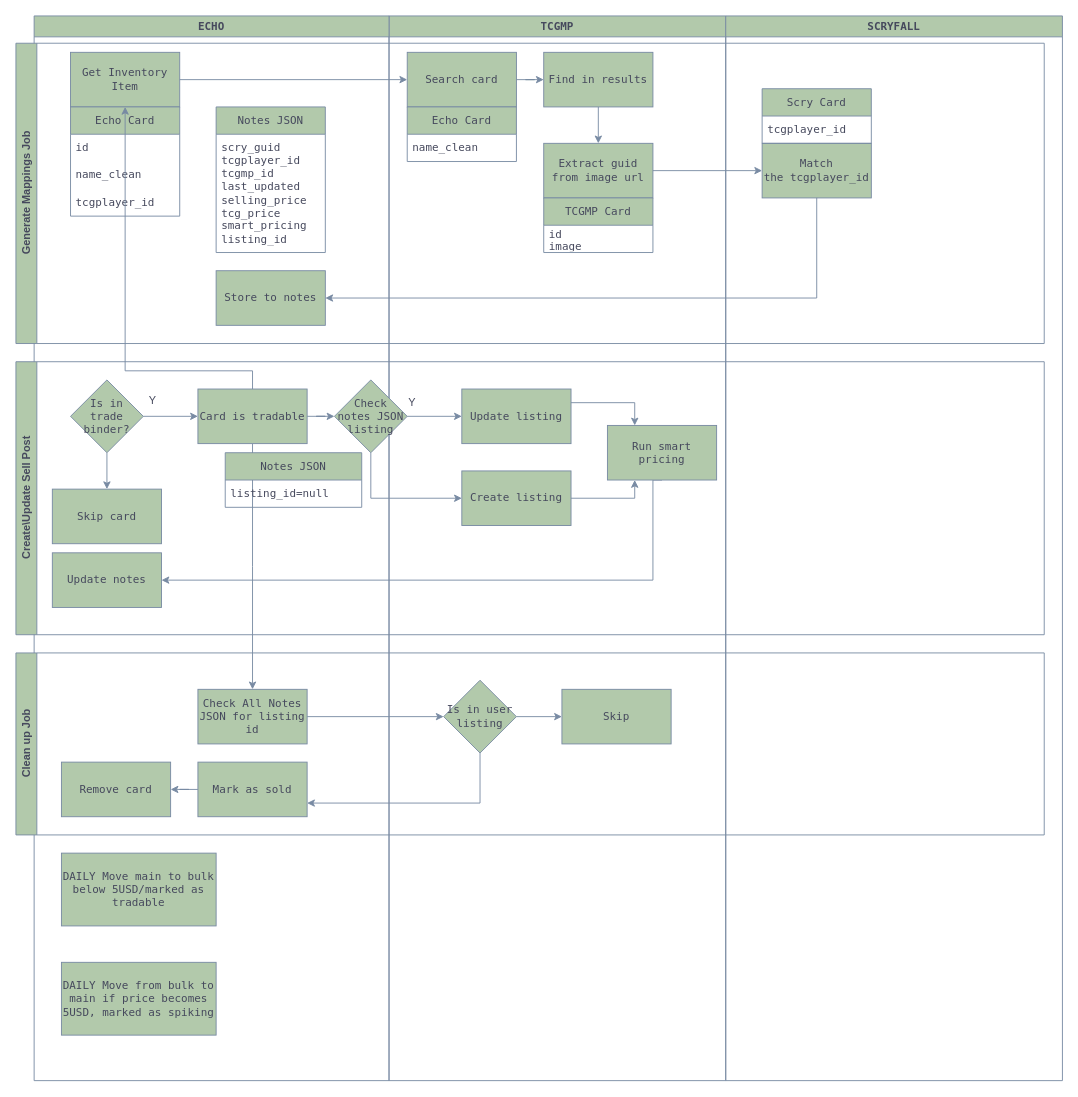
This is workflows/purchases/diagrams/tcg_mp.drawio from brianbartilet/harqis-work, a draw.io file, before an edit. Source tidied: cells renumbered, new cells numbered last; positions are measured from the earlier drawing's top-left corner, leaving out a move shared by most shapes. Both pictures are drawn from the tidied source at 91%, with x=0, y=0 at pixel (15, 15).
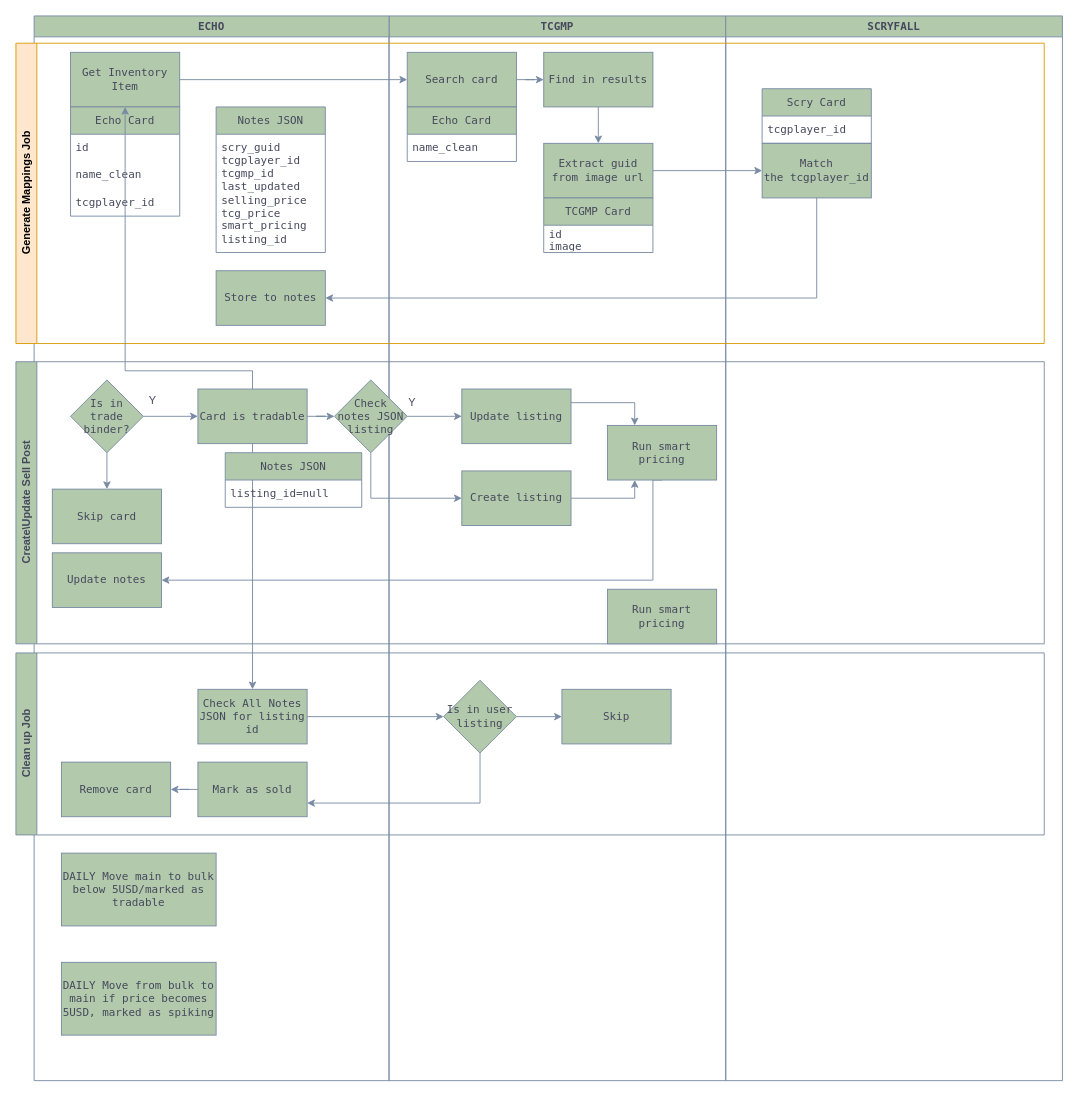
Above is the later version.

Diff of the diagram source:
```diff
@@
-    <mxCell id="27" value="Generate Mappings Job" style="swimlane;horizontal=0;whiteSpace=wrap;html=1;labelBackgroundColor=none;fillColor=#B2C9AB;strokeColor=#788AA3;fontColor=#46495D;" parent="1" vertex="1">
+    <mxCell id="27" value="Generate Mappings Job" style="swimlane;horizontal=0;whiteSpace=wrap;html=1;labelBackgroundColor=none;fillColor=#ffe6cc;strokeColor=#d79b00;" parent="1" vertex="1">
       <mxGeometry y="30" width="1130" height="330" as="geometry" />
     </mxCell>
@@
     <mxCell id="32" value="Create\Update Sell Post" style="swimlane;horizontal=0;whiteSpace=wrap;html=1;labelBackgroundColor=none;fillColor=#B2C9AB;strokeColor=#788AA3;fontColor=#46495D;" parent="1" vertex="1">
-      <mxGeometry y="380" width="1130" height="300" as="geometry" />
+      <mxGeometry y="380" width="1130" height="310" as="geometry" />
     </mxCell>
@@
+    <mxCell id="64" value="Run smart pricing" style="rounded=0;whiteSpace=wrap;html=1;fontFamily=Lucida Console;labelBackgroundColor=none;fillColor=#B2C9AB;strokeColor=#788AA3;fontColor=#46495D;" parent="32" vertex="1">
+      <mxGeometry x="650" y="250" width="120" height="60" as="geometry" />
+    </mxCell>
```
